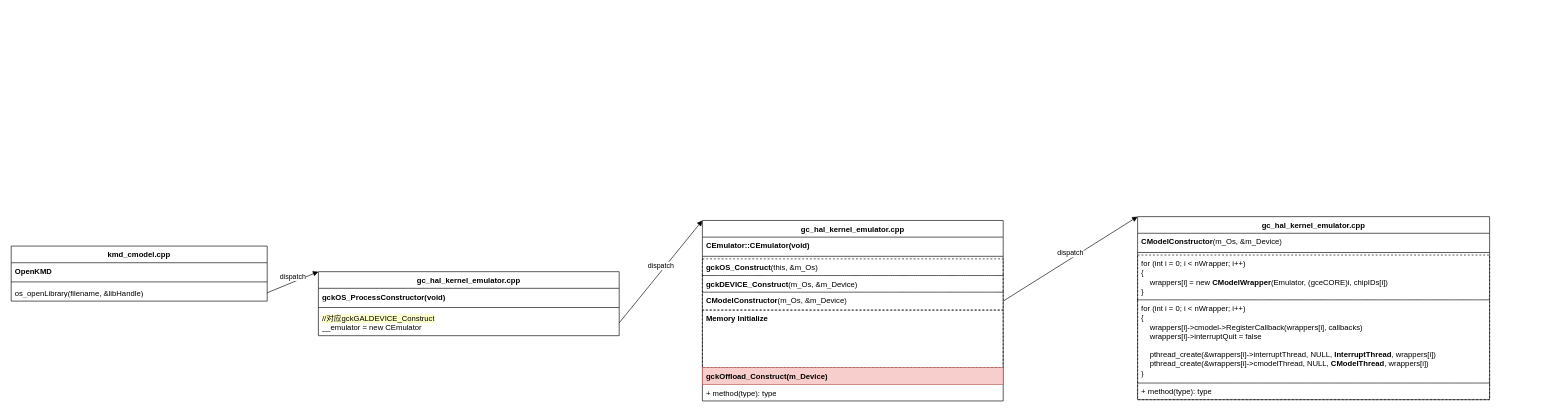
This is cmodel.drawio from evolution124/mydiagram, a draw.io file, before an edit. Source tidied: cells renumbered, new cells numbered last; positions are measured from the earlier drawing's top-left corner, leaving out a move shared by most shapes. Both pictures are drawn from the tidied source at 64%, with x=0, y=0 at pixel (11, 216).
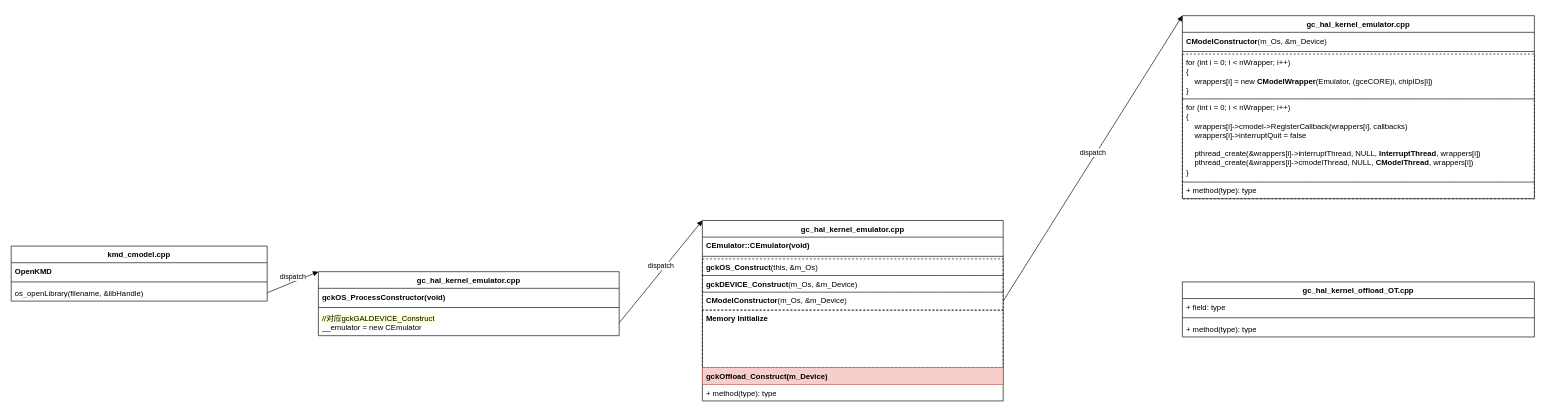
After the change.

The edit, as a diff of the source:
```diff
@@
     <mxCell id="21" value="gc_hal_kernel_emulator.cpp" style="swimlane;fontStyle=1;align=center;verticalAlign=top;horizontal=1;startSize=26;whiteSpace=wrap;html=1;" parent="1" vertex="1">
-      <mxGeometry x="1760" width="550" height="286" as="geometry" />
+      <mxGeometry x="1830" y="-314" width="550" height="286" as="geometry" />
     </mxCell>
-    <mxCell id="22" value="&lt;b&gt;CModelConstructor&lt;/b&gt;(m_Os, &amp;amp;m_Device)" style="text;strokeColor=none;fillColor=none;align=left;verticalAlign=top;spacingLeft=4;spacingRight=4;overflow=hidden;whiteSpace=wrap;html=1;" parent="21" vertex="1">
+    <mxCell id="22" value="&lt;b&gt;CModelConstructor&lt;/b&gt;(m_Os, &amp;amp;m_Device)" style="text;strokeColor=none;fillColor=none;align=left;verticalAlign=top;spacingLeft=4;spacingRight=4;overflow=hidden;whiteSpace=wrap;html=1;dashed=1;" parent="21" vertex="1">
       <mxGeometry y="26" width="550" height="26" as="geometry" />
     </mxCell>
@@
+    <mxCell id="28" value="gc_hal_kernel_offload_OT.cpp" style="swimlane;fontStyle=1;align=center;verticalAlign=top;horizontal=1;startSize=26;whiteSpace=wrap;html=1;" parent="1" vertex="1">
+      <mxGeometry x="1830" y="102" width="550" height="86" as="geometry" />
+    </mxCell>
+    <mxCell id="29" value="+ field: type" style="text;strokeColor=none;fillColor=none;align=left;verticalAlign=top;spacingLeft=4;spacingRight=4;overflow=hidden;whiteSpace=wrap;html=1;" parent="28" vertex="1">
+      <mxGeometry y="26" width="550" height="26" as="geometry" />
+    </mxCell>
+    <mxCell id="30" style="line;strokeWidth=1;fillColor=none;align=left;verticalAlign=middle;spacingTop=-1;spacingLeft=3;spacingRight=3;labelPosition=right;strokeColor=inherit;" parent="28" vertex="1">
+      <mxGeometry y="52" width="550" height="8" as="geometry" />
+    </mxCell>
+    <mxCell id="31" value="+ method(type): type" style="text;strokeColor=none;fillColor=none;align=left;verticalAlign=top;spacingLeft=4;spacingRight=4;overflow=hidden;whiteSpace=wrap;html=1;" parent="28" vertex="1">
+      <mxGeometry y="60" width="550" height="26" as="geometry" />
+    </mxCell>
```
